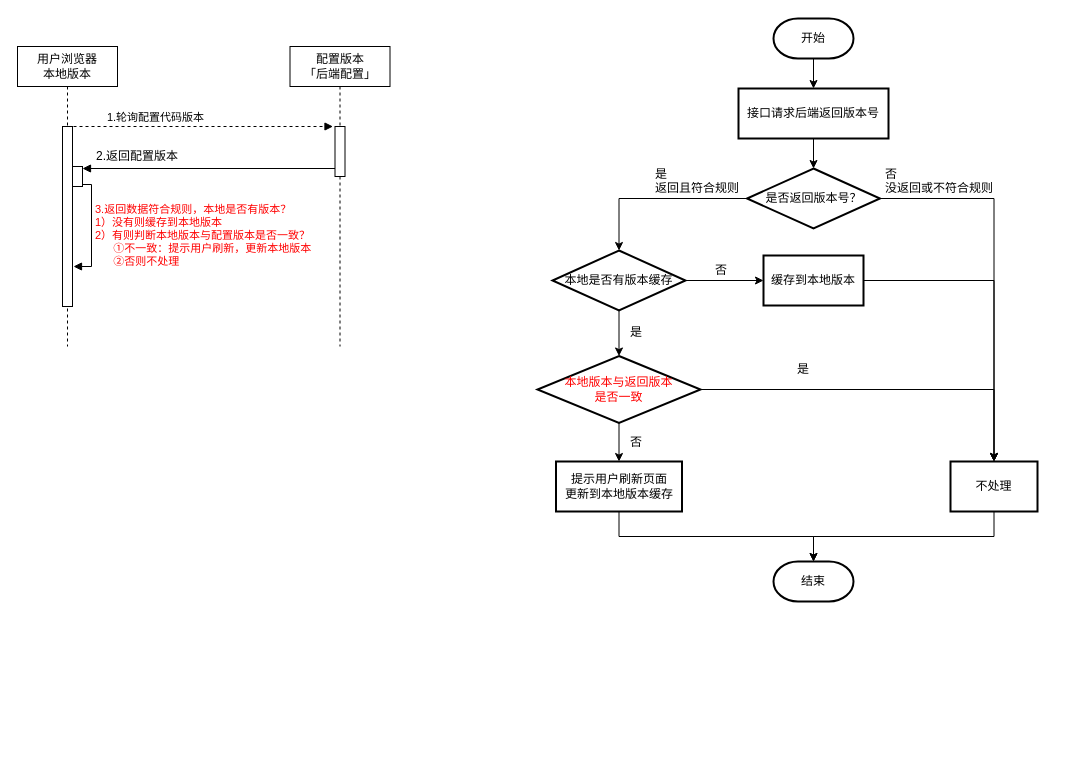
Above: 通知用户刷新.drawio in aicaigroup/- (draw.io), before the change. Source tidied: cells renumbered, new cells numbered last; positions are measured from the earlier drawing's top-left corner, leaving out a move shared by most shapes. Both pictures are drawn from the tidied source at 100%, with x=0, y=0 at pixel (17, 18).
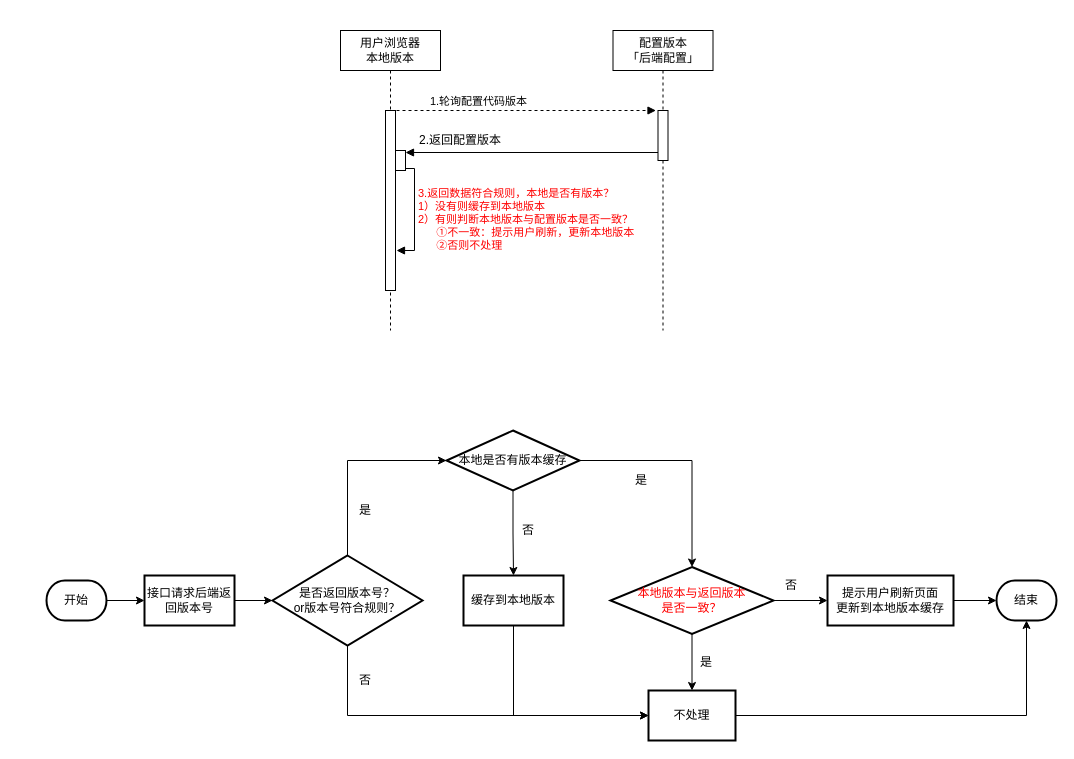
Above is the later version.

Commit message:
更新 通知用户刷新

Unchanged cells that the change refers to:
```xml
<mxCell id="30" style="html=1;points=[];perimeter=orthogonalPerimeter;" parent="29" vertex="1">
  <mxGeometry x="45" y="80" width="10" height="50" as="geometry" />
</mxCell>
```

The edit, as a diff of the source:
```diff
@@
-    <mxCell id="2" style="edgeStyle=orthogonalEdgeStyle;rounded=0;jettySize=auto;html=1;entryX=0.5;entryY=0;entryDx=0;entryDy=0;" parent="1" edge="1" source="3" target="5">
+    <mxCell id="2" style="edgeStyle=orthogonalEdgeStyle;rounded=0;jettySize=auto;html=1;entryX=0;entryY=0.5;entryDx=0;entryDy=0;" parent="1" edge="1" source="3" target="5">
       <mxGeometry relative="1" as="geometry" />
     </mxCell>
     <mxCell id="3" value="开始" style="strokeWidth=2;html=1;shape=mxgraph.flowchart.terminator;whiteSpace=wrap;gradientColor=none;" parent="1" vertex="1">
-      <mxGeometry x="756" width="80" height="40" as="geometry" />
+      <mxGeometry x="29" y="562" width="60" height="40" as="geometry" />
     </mxCell>
-    <mxCell id="4" style="edgeStyle=orthogonalEdgeStyle;rounded=0;jettySize=auto;html=1;exitX=0.5;exitY=1;exitDx=0;exitDy=0;entryX=0.5;entryY=0;entryDx=0;entryDy=0;entryPerimeter=0;" parent="1" edge="1" source="5" target="8">
+    <mxCell id="4" style="edgeStyle=orthogonalEdgeStyle;rounded=0;jettySize=auto;html=1;exitX=1;exitY=0.5;exitDx=0;exitDy=0;entryX=0;entryY=0.5;entryDx=0;entryDy=0;entryPerimeter=0;" parent="1" edge="1" source="5" target="8">
       <mxGeometry relative="1" as="geometry" />
     </mxCell>
     <mxCell id="5" value="接口请求后端返回版本号" style="rounded=0;whiteSpace=wrap;html=1;absoluteArcSize=1;arcSize=14;strokeWidth=2;" parent="1" vertex="1">
-      <mxGeometry x="721" y="70" width="150" height="50" as="geometry" />
+      <mxGeometry x="127" y="557" width="90" height="50" as="geometry" />
     </mxCell>
-    <mxCell id="6" style="edgeStyle=orthogonalEdgeStyle;rounded=0;jettySize=auto;html=1;exitX=1;exitY=0.5;exitDx=0;exitDy=0;exitPerimeter=0;entryX=0.5;entryY=0;entryDx=0;entryDy=0;" parent="1" edge="1" source="8" target="10">
+    <mxCell id="6" style="edgeStyle=orthogonalEdgeStyle;rounded=0;jettySize=auto;html=1;exitX=0.5;exitY=1;exitDx=0;exitDy=0;exitPerimeter=0;entryX=0;entryY=0.5;entryDx=0;entryDy=0;" parent="1" edge="1" source="8" target="10">
       <mxGeometry relative="1" as="geometry" />
     </mxCell>
-    <mxCell id="7" style="edgeStyle=orthogonalEdgeStyle;rounded=0;jettySize=auto;html=1;exitX=0;exitY=0.5;exitDx=0;exitDy=0;exitPerimeter=0;entryX=0.5;entryY=0;entryDx=0;entryDy=0;entryPerimeter=0;" parent="1" edge="1" source="8" target="14">
+    <mxCell id="7" style="edgeStyle=orthogonalEdgeStyle;rounded=0;jettySize=auto;html=1;exitX=0.5;exitY=0;exitDx=0;exitDy=0;exitPerimeter=0;entryX=0;entryY=0.5;entryDx=0;entryDy=0;entryPerimeter=0;" parent="1" edge="1" source="8" target="14">
       <mxGeometry relative="1" as="geometry" />
     </mxCell>
-    <mxCell id="8" value="是否返回版本号？" style="strokeWidth=2;html=1;shape=mxgraph.flowchart.decision;whiteSpace=wrap;rounded=0;gradientColor=none;" parent="1" vertex="1">
-      <mxGeometry x="729.5" y="150" width="133" height="60" as="geometry" />
+    <mxCell id="8" value="是否返回版本号？&lt;br&gt;or版本号符合规则？" style="strokeWidth=2;html=1;shape=mxgraph.flowchart.decision;whiteSpace=wrap;rounded=0;gradientColor=none;" parent="1" vertex="1">
+      <mxGeometry x="255" y="537" width="150" height="90" as="geometry" />
     </mxCell>
-    <mxCell id="9" style="edgeStyle=orthogonalEdgeStyle;rounded=0;jettySize=auto;html=1;exitX=0.5;exitY=1;exitDx=0;exitDy=0;entryX=0.5;entryY=0;entryDx=0;entryDy=0;entryPerimeter=0;" parent="1" edge="1" source="10" target="26">
+    <mxCell id="9" style="edgeStyle=orthogonalEdgeStyle;rounded=0;jettySize=auto;html=1;exitX=1;exitY=0.5;exitDx=0;exitDy=0;entryX=0.5;entryY=1;entryDx=0;entryDy=0;entryPerimeter=0;" parent="1" edge="1" source="10" target="26">
       <mxGeometry relative="1" as="geometry" />
     </mxCell>
     <mxCell id="10" value="不处理" style="rounded=0;whiteSpace=wrap;html=1;gradientColor=none;strokeWidth=2;" parent="1" vertex="1">
-      <mxGeometry x="933" y="443" width="87" height="50" as="geometry" />
+      <mxGeometry x="631" y="672" width="87" height="50" as="geometry" />
     </mxCell>
-    <mxCell id="11" value="否&lt;br&gt;没返回或不符合规则" style="text;html=1;align=left;verticalAlign=top;spacingTop=-4;" parent="1" vertex="1">
-      <mxGeometry x="866" y="146" width="120" height="30" as="geometry" />
+    <mxCell id="11" value="否" style="text;html=1;align=left;verticalAlign=top;spacingTop=-4;" parent="1" vertex="1">
+      <mxGeometry x="340" y="652" width="30" height="20" as="geometry" />
     </mxCell>
-    <mxCell id="12" style="edgeStyle=orthogonalEdgeStyle;rounded=0;jettySize=auto;html=1;exitX=1;exitY=0.5;exitDx=0;exitDy=0;exitPerimeter=0;entryX=0;entryY=0.5;entryDx=0;entryDy=0;" parent="1" edge="1" source="14" target="17">
+    <mxCell id="12" style="edgeStyle=orthogonalEdgeStyle;rounded=0;jettySize=auto;html=1;exitX=0.5;exitY=1;exitDx=0;exitDy=0;exitPerimeter=0;" parent="1" edge="1" source="14" target="17">
       <mxGeometry relative="1" as="geometry" />
     </mxCell>
-    <mxCell id="13" style="edgeStyle=orthogonalEdgeStyle;rounded=0;jettySize=auto;html=1;exitX=0.5;exitY=1;exitDx=0;exitDy=0;exitPerimeter=0;entryX=0.5;entryY=0;entryDx=0;entryDy=0;entryPerimeter=0;" parent="1" edge="1" source="14" target="21">
+    <mxCell id="13" style="edgeStyle=orthogonalEdgeStyle;rounded=0;jettySize=auto;html=1;exitX=1;exitY=0.5;exitDx=0;exitDy=0;exitPerimeter=0;entryX=0.5;entryY=0;entryDx=0;entryDy=0;entryPerimeter=0;" parent="1" edge="1" source="14" target="21">
       <mxGeometry relative="1" as="geometry" />
     </mxCell>
     <mxCell id="14" value="本地是否有版本缓存" style="strokeWidth=2;html=1;shape=mxgraph.flowchart.decision;whiteSpace=wrap;rounded=0;gradientColor=none;" parent="1" vertex="1">
-      <mxGeometry x="535" y="232" width="133" height="60" as="geometry" />
+      <mxGeometry x="429" y="412" width="133" height="60" as="geometry" />
     </mxCell>
-    <mxCell id="15" value="是&lt;br&gt;返回且符合规则" style="text;html=1;align=left;verticalAlign=top;spacingTop=-4;" parent="1" vertex="1">
-      <mxGeometry x="636" y="146" width="100" height="30" as="geometry" />
+    <mxCell id="15" value="是" style="text;html=1;align=left;verticalAlign=top;spacingTop=-4;" parent="1" vertex="1">
+      <mxGeometry x="340" y="482" width="30" height="20" as="geometry" />
     </mxCell>
-    <mxCell id="16" style="edgeStyle=orthogonalEdgeStyle;rounded=0;jettySize=auto;html=1;exitX=1;exitY=0.5;exitDx=0;exitDy=0;entryX=0.5;entryY=0;entryDx=0;entryDy=0;" parent="1" edge="1" source="17" target="10">
+    <mxCell id="16" style="edgeStyle=orthogonalEdgeStyle;rounded=0;jettySize=auto;html=1;exitX=0.5;exitY=1;exitDx=0;exitDy=0;entryX=0;entryY=0.5;entryDx=0;entryDy=0;" parent="1" edge="1" source="17" target="10">
       <mxGeometry relative="1" as="geometry" />
     </mxCell>
     <mxCell id="17" value="缓存到本地版本" style="rounded=0;whiteSpace=wrap;html=1;gradientColor=none;strokeWidth=2;" parent="1" vertex="1">
-      <mxGeometry x="746" y="237" width="100" height="50" as="geometry" />
+      <mxGeometry x="446" y="557" width="100" height="50" as="geometry" />
     </mxCell>
     <mxCell id="18" value="否" style="text;html=1;align=left;verticalAlign=top;spacingTop=-4;" parent="1" vertex="1">
-      <mxGeometry x="696" y="242" width="30" height="20" as="geometry" />
+      <mxGeometry x="503" y="502" width="30" height="20" as="geometry" />
     </mxCell>
-    <mxCell id="19" style="edgeStyle=orthogonalEdgeStyle;rounded=0;jettySize=auto;html=1;exitX=0.5;exitY=1;exitDx=0;exitDy=0;exitPerimeter=0;entryX=0.5;entryY=0;entryDx=0;entryDy=0;" parent="1" edge="1" source="21" target="24">
+    <mxCell id="19" style="edgeStyle=orthogonalEdgeStyle;rounded=0;jettySize=auto;html=1;exitX=1;exitY=0.5;exitDx=0;exitDy=0;exitPerimeter=0;entryX=0;entryY=0.5;entryDx=0;entryDy=0;" parent="1" edge="1" source="21" target="24">
       <mxGeometry relative="1" as="geometry" />
     </mxCell>
-    <mxCell id="20" style="edgeStyle=orthogonalEdgeStyle;rounded=0;jettySize=auto;html=1;exitX=1;exitY=0.5;exitDx=0;exitDy=0;exitPerimeter=0;entryX=0.5;entryY=0;entryDx=0;entryDy=0;" parent="1" edge="1" source="21" target="10">
+    <mxCell id="20" style="edgeStyle=orthogonalEdgeStyle;rounded=0;jettySize=auto;html=1;exitX=0.5;exitY=1;exitDx=0;exitDy=0;exitPerimeter=0;entryX=0.5;entryY=0;entryDx=0;entryDy=0;" parent="1" edge="1" source="21" target="10">
       <mxGeometry relative="1" as="geometry" />
     </mxCell>
-    <mxCell id="21" value="&lt;font color=&quot;#ff0000&quot;&gt;本地版本与返回版本&lt;br&gt;是否一致&lt;br&gt;&lt;/font&gt;" style="strokeWidth=2;html=1;shape=mxgraph.flowchart.decision;whiteSpace=wrap;rounded=0;gradientColor=none;" parent="1" vertex="1">
-      <mxGeometry x="520" y="337.5" width="163" height="67" as="geometry" />
+    <mxCell id="21" value="&lt;font color=&quot;#ff0000&quot;&gt;本地版本与返回版本&lt;br&gt;是否一致？&lt;br&gt;&lt;/font&gt;" style="strokeWidth=2;html=1;shape=mxgraph.flowchart.decision;whiteSpace=wrap;rounded=0;gradientColor=none;" parent="1" vertex="1">
+      <mxGeometry x="593" y="548.5" width="163" height="67" as="geometry" />
     </mxCell>
     <mxCell id="22" value="是" style="text;html=1;align=left;verticalAlign=top;spacingTop=-4;" parent="1" vertex="1">
-      <mxGeometry x="611" y="304" width="30" height="20" as="geometry" />
+      <mxGeometry x="616" y="452" width="30" height="20" as="geometry" />
     </mxCell>
-    <mxCell id="23" style="edgeStyle=orthogonalEdgeStyle;rounded=0;jettySize=auto;html=1;exitX=0.5;exitY=1;exitDx=0;exitDy=0;entryX=0.5;entryY=0;entryDx=0;entryDy=0;entryPerimeter=0;" parent="1" edge="1" source="24" target="26">
+    <mxCell id="23" style="edgeStyle=orthogonalEdgeStyle;rounded=0;jettySize=auto;html=1;exitX=1;exitY=0.5;exitDx=0;exitDy=0;" parent="1" edge="1" source="24" target="26">
       <mxGeometry relative="1" as="geometry" />
     </mxCell>
     <mxCell id="24" value="提示用户刷新页面&lt;br&gt;更新到本地版本缓存" style="rounded=0;whiteSpace=wrap;html=1;gradientColor=none;strokeWidth=2;" parent="1" vertex="1">
-      <mxGeometry x="538.5" y="443" width="126" height="50" as="geometry" />
+      <mxGeometry x="810" y="557" width="126" height="50" as="geometry" />
     </mxCell>
     <mxCell id="25" value="是" style="text;html=1;align=left;verticalAlign=top;spacingTop=-4;" parent="1" vertex="1">
-      <mxGeometry x="778" y="341" width="30" height="20" as="geometry" />
+      <mxGeometry x="680.5" y="634" width="30" height="20" as="geometry" />
     </mxCell>
     <mxCell id="26" value="结束" style="strokeWidth=2;html=1;shape=mxgraph.flowchart.terminator;whiteSpace=wrap;gradientColor=none;" parent="1" vertex="1">
-      <mxGeometry x="756" y="543" width="80" height="40" as="geometry" />
+      <mxGeometry x="979" y="562" width="60" height="40" as="geometry" />
     </mxCell>
     <mxCell id="27" value="用户浏览器&lt;br&gt;本地版本" style="shape=umlLifeline;perimeter=lifelinePerimeter;whiteSpace=wrap;html=1;" parent="1" vertex="1">
-      <mxGeometry y="28" width="100" height="300" as="geometry" />
+      <mxGeometry x="323" y="12" width="100" height="300" as="geometry" />
     </mxCell>
@@
     <mxCell id="29" value="配置版本&lt;br&gt;「后端配置」" style="shape=umlLifeline;perimeter=lifelinePerimeter;whiteSpace=wrap;html=1;" parent="1" vertex="1">
-      <mxGeometry x="272.5" y="28" width="100" height="300" as="geometry" />
+      <mxGeometry x="595.5" y="12" width="100" height="300" as="geometry" />
     </mxCell>
@@
     <mxCell id="31" value="1.轮询配置代码版本" style="html=1;verticalAlign=bottom;endArrow=block;strokeWidth=1;dashed=1;entryX=-0.2;entryY=0;entryDx=0;entryDy=0;entryPerimeter=0;exitX=0.8;exitY=0;exitDx=0;exitDy=0;exitPerimeter=0;" parent="1" edge="1" target="30">
       <mxGeometry x="-0.34" relative="1" as="geometry">
-        <mxPoint x="50" y="108" as="sourcePoint" />
+        <mxPoint x="373" y="92" as="sourcePoint" />
       </mxGeometry>
     </mxCell>
     <mxCell id="32" value="2.返回配置版本" style="text;html=1;align=left;verticalAlign=top;spacingTop=-4;" parent="1" vertex="1">
-      <mxGeometry x="77" y="128" width="100" height="20" as="geometry" />
+      <mxGeometry x="400" y="112" width="100" height="20" as="geometry" />
     </mxCell>
     <mxCell id="33" style="html=1;points=[];perimeter=orthogonalPerimeter;" parent="1" vertex="1">
-      <mxGeometry x="55" y="148" width="10" height="20" as="geometry" />
+      <mxGeometry x="378" y="132" width="10" height="20" as="geometry" />
     </mxCell>
     <mxCell id="34" value="&lt;font color=&quot;#ff0000&quot;&gt;3.返回数据符合规则，本地是否有版本？&lt;br&gt;1）没有则缓存到本地版本&lt;br&gt;2）有则判断本地版本与配置版本是否一致？&lt;br&gt;&amp;nbsp; &amp;nbsp; &amp;nbsp; ①不一致：提示用户刷新，更新本地版本&lt;br&gt;&amp;nbsp; &amp;nbsp; &amp;nbsp; ②否则不处理&lt;/font&gt;" style="edgeStyle=orthogonalEdgeStyle;html=1;align=left;spacingLeft=2;endArrow=block;rounded=0;exitX=1;exitY=0.9;exitDx=0;exitDy=0;exitPerimeter=0;" parent="1" edge="1" source="33">
       <mxGeometry x="0.1" relative="1" as="geometry">
-        <mxPoint x="56" y="248" as="targetPoint" />
+        <mxPoint x="379" y="232" as="targetPoint" />
         <Array as="points">
-          <mxPoint x="74" y="166" />
-          <mxPoint x="74" y="248" />
+          <mxPoint x="397" y="150" />
+          <mxPoint x="397" y="232" />
         </Array>
       </mxGeometry>
     </mxCell>
@@
     <mxCell id="36" value="否" style="text;html=1;align=left;verticalAlign=top;spacingTop=-4;" parent="1" vertex="1">
-      <mxGeometry x="611" y="414" width="30" height="20" as="geometry" />
+      <mxGeometry x="765.5" y="557" width="30" height="20" as="geometry" />
     </mxCell>
```
